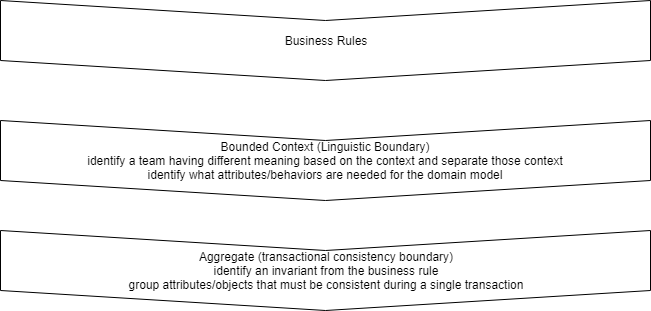
This is ddd_designing_flow.PNG from stsiwo/ddd_concept, a draw.io export, as it was before one commit. Source tidied: cells renumbered, new cells last; positions are measured from the earlier drawing's top-left corner, leaving out a move shared by most shapes. The source it was exported from:
```xml
<mxGraphModel>
  <root>
    <mxCell id="0" />
    <mxCell id="1" parent="0" />
    <mxCell id="2" value="Business Rules" style="shape=step;perimeter=stepPerimeter;whiteSpace=wrap;html=1;fixedSize=1;direction=south;" parent="1" vertex="1">
      <mxGeometry width="650" height="80" as="geometry" />
    </mxCell>
    <mxCell id="3" value="Bounded Context (Linguistic Boundary)&lt;br&gt;identify a team having different meaning based on the context and separate those context&lt;br&gt;identify what attributes/behaviors are needed for the domain model&lt;br&gt;" style="shape=step;perimeter=stepPerimeter;whiteSpace=wrap;html=1;fixedSize=1;direction=south;" parent="1" vertex="1">
      <mxGeometry y="120" width="650" height="80" as="geometry" />
    </mxCell>
    <mxCell id="4" value="Aggregate (transactional consistency boundary)&lt;br&gt;identify an invariant from the business rule&lt;br&gt;group attributes/objects that must be consistent during a single transaction&lt;br&gt;" style="shape=step;perimeter=stepPerimeter;whiteSpace=wrap;html=1;fixedSize=1;direction=south;" parent="1" vertex="1">
      <mxGeometry y="230" width="650" height="80" as="geometry" />
    </mxCell>
  </root>
</mxGraphModel>
```
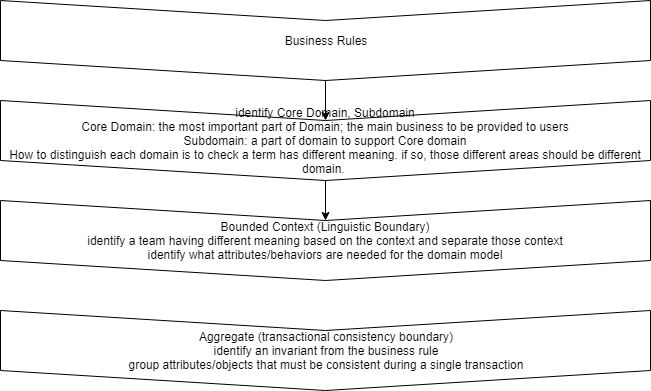
Later version of the same file.

Change to the diagram source:
```diff
@@ -2,9 +2,18 @@
   <root>
     <mxCell id="0" />
     <mxCell id="1" parent="0" />
+    <mxCell id="5" style="edgeStyle=none;rounded=0;jettySize=auto;html=1;" parent="1" edge="1" source="2" target="7">
+      <mxGeometry relative="1" as="geometry" />
+    </mxCell>
     <mxCell id="2" value="Business Rules" style="shape=step;perimeter=stepPerimeter;whiteSpace=wrap;html=1;fixedSize=1;direction=south;" parent="1" vertex="1">
-      <mxGeometry width="650" height="80" as="geometry" />
+      <mxGeometry y="-80" width="650" height="80" as="geometry" />
     </mxCell>
+    <mxCell id="6" style="edgeStyle=none;rounded=0;jettySize=auto;html=1;" parent="1" edge="1" source="7" target="3">
+      <mxGeometry relative="1" as="geometry" />
+    </mxCell>
+    <mxCell id="7" value="identify Core Domain, Subdomain&lt;br&gt;Core Domain: the most important part of Domain; the main business to be provided to users&lt;br&gt;Subdomain: a part of domain to support Core domain&lt;br&gt;How to distinguish each domain is to check a term has different meaning. if so, those different areas should be different domain.&amp;nbsp;&lt;br&gt;" style="shape=step;perimeter=stepPerimeter;whiteSpace=wrap;html=1;fixedSize=1;direction=south;" parent="1" vertex="1">
+      <mxGeometry y="20" width="650" height="80" as="geometry" />
+    </mxCell>
     <mxCell id="3" value="Bounded Context (Linguistic Boundary)&lt;br&gt;identify a team having different meaning based on the context and separate those context&lt;br&gt;identify what attributes/behaviors are needed for the domain model&lt;br&gt;" style="shape=step;perimeter=stepPerimeter;whiteSpace=wrap;html=1;fixedSize=1;direction=south;" parent="1" vertex="1">
       <mxGeometry y="120" width="650" height="80" as="geometry" />
     </mxCell>
```
